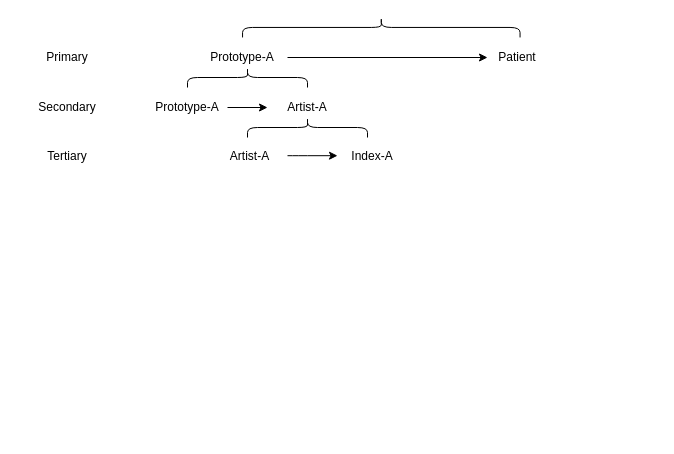
The draw.io diagram Untitled Diagram.drawio in matthewsillence/art_agency, before the edit. Source tidied: cells renumbered, new cells numbered last; positions are measured from the earlier drawing's top-left corner, leaving out a move shared by most shapes. Both pictures are drawn from the tidied source at 100%, with x=0, y=0 at pixel (47, -112).
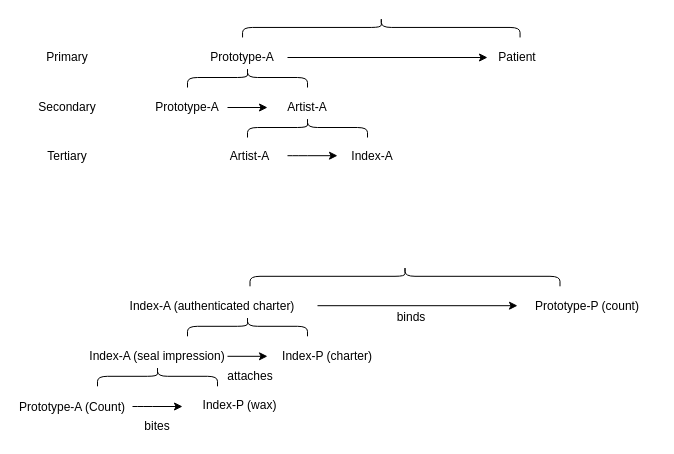
The same page after the edit.

Change to the diagram source:
```diff
@@
+    <mxCell id="17" style="shape=curlyBracket;whiteSpace=wrap;html=1;rounded=1;rotation=90;" parent="1" vertex="1">
+      <mxGeometry x="347.5" y="232.8" width="20" height="310" as="geometry" />
+    </mxCell>
+    <mxCell id="18" value="Index-A (authenticated charter)" style="text;html=1;strokeColor=none;fillColor=none;align=center;verticalAlign=middle;whiteSpace=wrap;rounded=0;" parent="1" vertex="1">
+      <mxGeometry x="70" y="407.8" width="190" height="20" as="geometry" />
+    </mxCell>
+    <mxCell id="19" value="Prototype-P (count)" style="text;html=1;strokeColor=none;fillColor=none;align=center;verticalAlign=middle;whiteSpace=wrap;rounded=0;" parent="1" vertex="1">
+      <mxGeometry x="470" y="407.8" width="140" height="20" as="geometry" />
+    </mxCell>
+    <mxCell id="20" style="shape=curlyBracket;whiteSpace=wrap;html=1;rounded=1;rotation=90;" parent="1" vertex="1">
+      <mxGeometry x="190" y="377.8" width="20" height="120" as="geometry" />
+    </mxCell>
+    <mxCell id="21" value="Index-P (charter)" style="text;html=1;strokeColor=none;fillColor=none;align=center;verticalAlign=middle;whiteSpace=wrap;rounded=0;" parent="1" vertex="1">
+      <mxGeometry x="230" y="457.8" width="100" height="20" as="geometry" />
+    </mxCell>
+    <mxCell id="22" style="shape=curlyBracket;whiteSpace=wrap;html=1;rounded=1;rotation=90;" parent="1" vertex="1">
+      <mxGeometry x="100" y="427.8" width="20" height="120" as="geometry" />
+    </mxCell>
+    <mxCell id="23" value="Index-P (wax)" style="text;html=1;strokeColor=none;fillColor=none;align=center;verticalAlign=middle;whiteSpace=wrap;rounded=0;" parent="1" vertex="1">
+      <mxGeometry x="145" y="506.5" width="95" height="20" as="geometry" />
+    </mxCell>
+    <mxCell id="24" style="endArrow=classic;html=1;" parent="1" edge="1">
+      <mxGeometry relative="1" as="geometry">
+        <mxPoint x="180" y="467.8" as="sourcePoint" />
+        <mxPoint x="220" y="467.8" as="targetPoint" />
+      </mxGeometry>
+    </mxCell>
+    <mxCell id="25" style="endArrow=classic;html=1;" parent="1" edge="1">
+      <mxGeometry relative="1" as="geometry">
+        <mxPoint x="85" y="518" as="sourcePoint" />
+        <mxPoint x="135" y="518" as="targetPoint" />
+        <Array as="points">
+          <mxPoint x="95" y="518" />
+        </Array>
+      </mxGeometry>
+    </mxCell>
+    <mxCell id="26" style="endArrow=classic;html=1;" parent="1" edge="1">
+      <mxGeometry relative="1" as="geometry">
+        <mxPoint x="270" y="417.2" as="sourcePoint" />
+        <mxPoint x="470" y="417.2" as="targetPoint" />
+      </mxGeometry>
+    </mxCell>
+    <mxCell id="27" value="binds" style="text;html=1;strokeColor=none;fillColor=none;align=center;verticalAlign=middle;whiteSpace=wrap;rounded=0;" parent="1" vertex="1">
+      <mxGeometry x="343.8" y="419" width="40" height="20" as="geometry" />
+    </mxCell>
+    <mxCell id="28" value="Index-A (seal impression)" style="text;html=1;strokeColor=none;fillColor=none;align=center;verticalAlign=middle;whiteSpace=wrap;rounded=0;" parent="1" vertex="1">
+      <mxGeometry x="40" y="457.8" width="140" height="20" as="geometry" />
+    </mxCell>
+    <mxCell id="29" value="Prototype-A (Count)" style="text;html=1;strokeColor=none;fillColor=none;align=center;verticalAlign=middle;whiteSpace=wrap;rounded=0;" parent="1" vertex="1">
+      <mxGeometry x="-30" y="509" width="110" height="20" as="geometry" />
+    </mxCell>
+    <mxCell id="30" value="attaches" style="text;html=1;strokeColor=none;fillColor=none;align=center;verticalAlign=middle;whiteSpace=wrap;rounded=0;" parent="1" vertex="1">
+      <mxGeometry x="182.5" y="477.8" width="40" height="20" as="geometry" />
+    </mxCell>
+    <mxCell id="31" value="bites" style="text;html=1;strokeColor=none;fillColor=none;align=center;verticalAlign=middle;whiteSpace=wrap;rounded=0;" parent="1" vertex="1">
+      <mxGeometry x="90" y="527.8" width="40" height="20" as="geometry" />
+    </mxCell>
```
